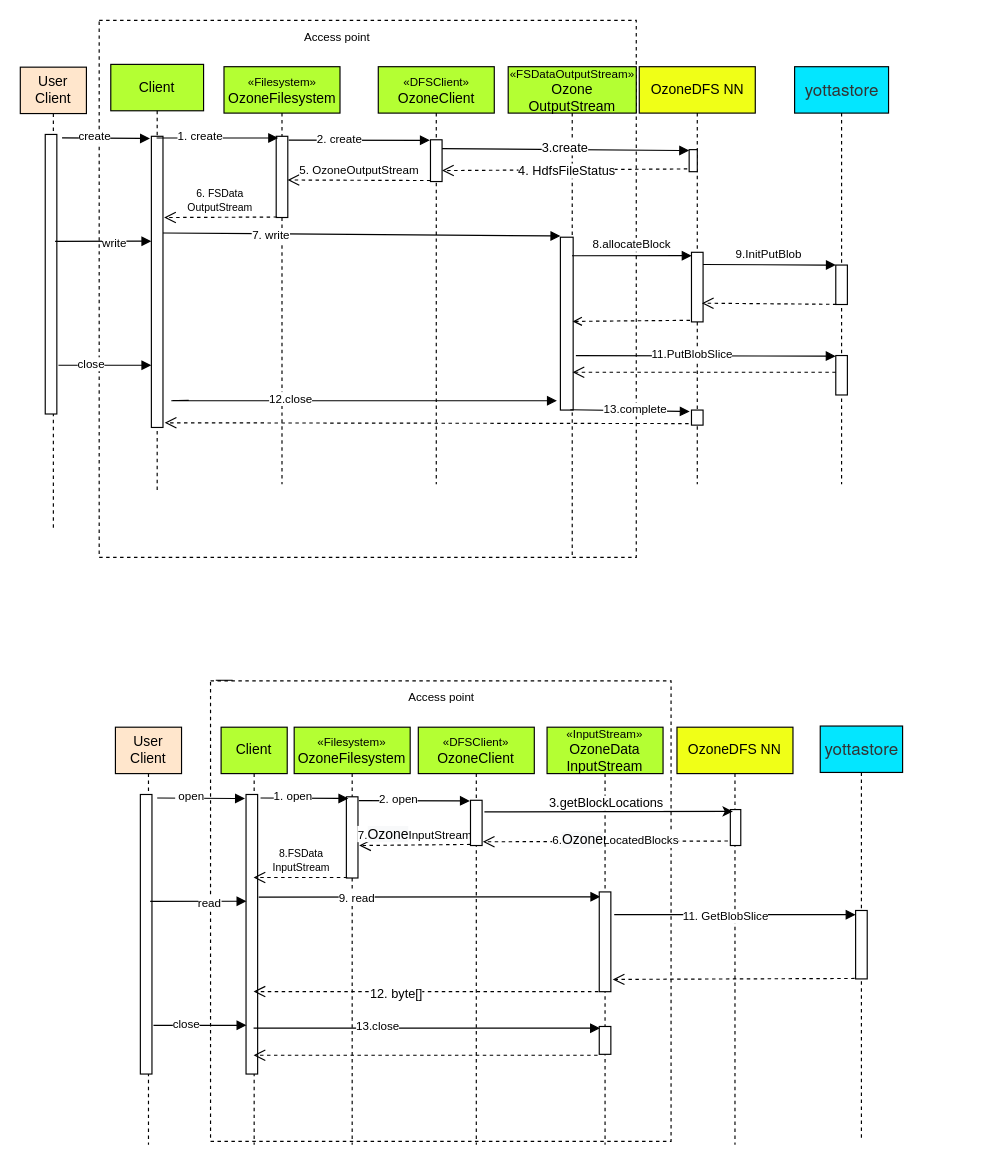
This is Untitled Diagram.drawio from captainzmc/draw, a draw.io file, before an edit. Source tidied: cells renumbered, new cells numbered last; positions are measured from the earlier drawing's top-left corner, leaving out a move shared by most shapes. Both pictures are drawn from the tidied source at 116%, with x=0, y=0 at pixel (20, 20).
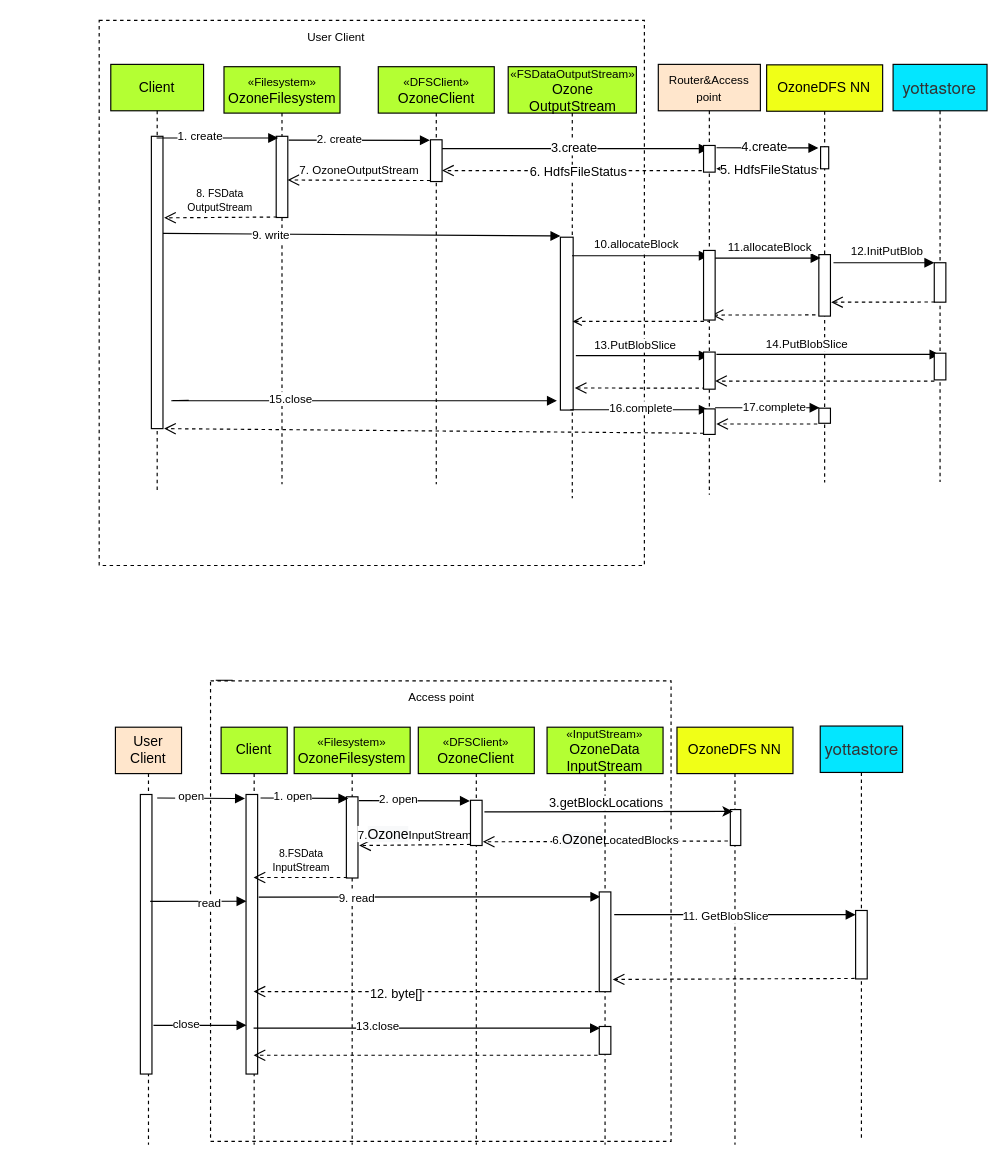
The same page after the edit.

Unchanged cells that the change refers to:
```xml
<mxCell id="4" style="html=1;points=[];perimeter=orthogonalPerimeter;" parent="3" vertex="1">
  <mxGeometry x="45" y="147" width="11" height="149" as="geometry" />
</mxCell>
<mxCell id="9" style="html=1;points=[];perimeter=orthogonalPerimeter;" parent="8" vertex="1">
  <mxGeometry x="45" y="63" width="10" height="36" as="geometry" />
</mxCell>
<mxCell id="10" value="Client" style="shape=umlLifeline;perimeter=lifelinePerimeter;whiteSpace=wrap;html=1;outlineConnect=0;fillColor=#B4FF33;" parent="1" vertex="1">
  <mxGeometry x="78" y="38" width="80" height="369" as="geometry" />
</mxCell>
<mxCell id="13" style="html=1;points=[];perimeter=orthogonalPerimeter;" parent="12" vertex="1">
  <mxGeometry x="45" y="60" width="10" height="70" as="geometry" />
</mxCell>
<mxCell id="17" style="html=1;points=[];perimeter=orthogonalPerimeter;" parent="14" vertex="1">
  <mxGeometry x="45" y="296" width="10" height="13" as="geometry" />
</mxCell>
<mxCell id="21" style="endArrow=block;startArrow=none;endFill=1;startFill=0;html=1;fontSize=10;entryX=-0.273;entryY=0.946;entryDx=0;entryDy=0;entryPerimeter=0;exitX=0.917;exitY=0.823;exitDx=0;exitDy=0;exitPerimeter=0;" parent="1" edge="1" target="4">
  <mxGeometry relative="1" as="geometry">
    <mxPoint x="145.2" y="327.7" as="sourcePoint" />
    <Array as="points">
      <mxPoint x="125.6" y="328" />
    </Array>
  </mxGeometry>
</mxCell>
<mxCell id="23" style="endArrow=block;startArrow=none;endFill=1;startFill=0;html=1;fontSize=10;entryX=0;entryY=-0.007;entryDx=0;entryDy=0;entryPerimeter=0;exitX=1.002;exitY=0.332;exitDx=0;exitDy=0;exitPerimeter=0;" parent="1" edge="1" source="11" target="4">
  <mxGeometry relative="1" as="geometry" />
</mxCell>
<mxCell id="28" style="html=1;points=[];perimeter=orthogonalPerimeter;" parent="27" vertex="1">
  <mxGeometry x="35.5" y="171" width="10" height="34" as="geometry" />
</mxCell>
```

The edit, as a diff of the source:
```diff
@@
     <mxCell id="2" style="whiteSpace=wrap;html=1;fontColor=#000000;dashed=1;" parent="1" vertex="1">
-      <mxGeometry x="68" width="463" height="463" as="geometry" />
+      <mxGeometry x="68" width="470" height="470" as="geometry" />
     </mxCell>
     <mxCell id="3" value="&lt;span style=&quot;font-size: 10px&quot;&gt;«FSDataOutputStream»&lt;br&gt;&lt;/span&gt;Ozone&lt;br&gt;OutputStream" style="shape=umlLifeline;perimeter=lifelinePerimeter;whiteSpace=wrap;html=1;fillColor=#B4FF33;" parent="1" vertex="1">
-      <mxGeometry x="420.6" y="40" width="110.4" height="423" as="geometry" />
+      <mxGeometry x="420.6" y="40" width="110.5" height="372" as="geometry" />
     </mxCell>
@@
-    <mxCell id="5" value="&lt;span style=&quot;color: rgb(0 , 0 , 0) ; font-family: &amp;#34;helvetica&amp;#34; ; font-size: 10px ; font-style: normal ; font-weight: 400 ; letter-spacing: normal ; text-align: center ; text-indent: 0px ; text-transform: none ; word-spacing: 0px ; background-color: rgb(255 , 255 , 255) ; display: inline ; float: none&quot;&gt;Access point&lt;/span&gt;" style="text;whiteSpace=wrap;html=1;fontColor=#000000;" parent="3" vertex="1">
+    <mxCell id="5" value="&lt;span style=&quot;color: rgb(0 , 0 , 0) ; font-family: &amp;#34;helvetica&amp;#34; ; font-size: 10px ; font-style: normal ; font-weight: 400 ; letter-spacing: normal ; text-align: center ; text-indent: 0px ; text-transform: none ; word-spacing: 0px ; background-color: rgb(255 , 255 , 255) ; display: inline ; float: none&quot;&gt;&amp;nbsp;User Client&lt;/span&gt;" style="text;whiteSpace=wrap;html=1;fontColor=#000000;" parent="3" vertex="1">
       <mxGeometry x="-177.6" y="-40" width="82" height="28" as="geometry" />
     </mxCell>
@@
     <mxCell id="11" style="html=1;points=[];perimeter=orthogonalPerimeter;" parent="10" vertex="1">
-      <mxGeometry x="35" y="62" width="10" height="251" as="geometry" />
+      <mxGeometry x="35" y="62" width="10" height="252" as="geometry" />
     </mxCell>
@@
     <mxCell id="14" value="OzoneDFS NN" style="shape=umlLifeline;perimeter=lifelinePerimeter;whiteSpace=wrap;html=1;fillColor=#F0FF17;" parent="1" vertex="1">
-      <mxGeometry x="533.6" y="40" width="100" height="360" as="geometry" />
+      <mxGeometry x="643.4" y="38.4" width="100" height="360" as="geometry" />
     </mxCell>
     <mxCell id="15" style="html=1;points=[];perimeter=orthogonalPerimeter;" parent="14" vertex="1">
-      <mxGeometry x="43" y="71.5" width="7" height="19" as="geometry" />
+      <mxGeometry x="46.5" y="70.6" width="7" height="19" as="geometry" />
     </mxCell>
     <mxCell id="16" style="html=1;points=[];perimeter=orthogonalPerimeter;" parent="14" vertex="1">
-      <mxGeometry x="45" y="160" width="10" height="60" as="geometry" />
+      <mxGeometry x="45" y="163.6" width="10" height="53" as="geometry" />
     </mxCell>
@@
+    <mxCell id="94" value="4.create" style="endArrow=block;endFill=1;html=1;align=left;verticalAlign=top;exitX=1.005;exitY=0.212;exitDx=0;exitDy=0;exitPerimeter=0;" parent="14" edge="1">
+      <mxGeometry x="0.02" y="29" relative="1" as="geometry">
+        <mxPoint x="-43.2" y="71.5" as="sourcePoint" />
+        <mxPoint x="44.6" y="71.6" as="targetPoint" />
+        <mxPoint x="-25" y="15" as="offset" />
+      </mxGeometry>
+    </mxCell>
+    <mxCell id="95" style="edgeStyle=none;rounded=0;orthogonalLoop=1;jettySize=auto;html=1;startArrow=none;startFill=0;endArrow=block;endFill=1;fontSize=10;exitX=0.909;exitY=0.107;exitDx=0;exitDy=0;exitPerimeter=0;" parent="14" edge="1">
+      <mxGeometry relative="1" as="geometry">
+        <mxPoint x="-44.5" y="166.6" as="sourcePoint" />
+        <mxPoint x="46.5" y="166.6" as="targetPoint" />
+      </mxGeometry>
+    </mxCell>
+    <mxCell id="96" value="11.allocateBlock" style="edgeLabel;html=1;align=center;verticalAlign=middle;fontSize=10;" parent="95" vertex="1">
+      <mxGeometry x="-0.35" y="-2" relative="1" as="geometry">
+        <mxPoint x="16.6" y="-12.2" as="offset" />
+      </mxGeometry>
+    </mxCell>
+    <mxCell id="97" style="html=1;verticalAlign=bottom;endArrow=open;dashed=1;endSize=8;fontSize=10;exitX=0.055;exitY=0.996;exitDx=0;exitDy=0;exitPerimeter=0;" parent="14" edge="1">
+      <mxGeometry x="0.04" y="1" relative="1" as="geometry">
+        <mxPoint x="42.1" y="215.6" as="sourcePoint" />
+        <mxPoint x="-47.4" y="215.7" as="targetPoint" />
+      </mxGeometry>
+    </mxCell>
+    <mxCell id="98" style="endArrow=block;startArrow=none;endFill=1;startFill=0;html=1;fontSize=10;exitX=1.212;exitY=0.685;exitDx=0;exitDy=0;exitPerimeter=0;" parent="14" edge="1" target="27">
+      <mxGeometry relative="1" as="geometry">
+        <mxPoint x="-43.3" y="249.6" as="sourcePoint" />
+      </mxGeometry>
+    </mxCell>
+    <mxCell id="99" value="14.PutBlobSlice" style="edgeLabel;html=1;align=center;verticalAlign=middle;fontSize=10;" parent="98" vertex="1">
+      <mxGeometry x="-0.31" y="2" relative="1" as="geometry">
+        <mxPoint x="11" y="-8" as="offset" />
+      </mxGeometry>
+    </mxCell>
+    <mxCell id="100" style="html=1;verticalAlign=bottom;endArrow=open;dashed=1;endSize=8;fontSize=10;entryX=1;entryY=0.781;entryDx=0;entryDy=0;entryPerimeter=0;" parent="14" edge="1" target="104">
+      <mxGeometry relative="1" as="geometry">
+        <mxPoint x="144.6" y="272.6" as="sourcePoint" />
+      </mxGeometry>
+    </mxCell>
+    <mxCell id="101" style="endArrow=block;startArrow=none;endFill=1;startFill=0;html=1;fontSize=10;" parent="14" edge="1">
+      <mxGeometry relative="1" as="geometry">
+        <mxPoint x="-44.4" y="295.6" as="sourcePoint" />
+        <mxPoint x="45.6" y="295.6" as="targetPoint" />
+      </mxGeometry>
+    </mxCell>
+    <mxCell id="102" value="17.complete" style="edgeLabel;html=1;align=center;verticalAlign=middle;fontSize=10;" parent="101" vertex="1">
+      <mxGeometry x="-0.29" y="2" relative="1" as="geometry">
+        <mxPoint x="18" as="offset" />
+      </mxGeometry>
+    </mxCell>
-    <mxCell id="18" value="3.create" style="endArrow=block;endFill=1;html=1;align=left;verticalAlign=top;exitX=1.005;exitY=0.212;exitDx=0;exitDy=0;exitPerimeter=0;entryX=0.005;entryY=0.041;entryDx=0;entryDy=0;entryPerimeter=0;" parent="1" edge="1" source="9" target="15">
+    <mxCell id="18" value="3.create" style="endArrow=block;endFill=1;html=1;align=left;verticalAlign=top;exitX=1.005;exitY=0.212;exitDx=0;exitDy=0;exitPerimeter=0;" parent="1" edge="1" source="9" target="88">
       <mxGeometry x="0.02" y="29" relative="1" as="geometry">
         <mxPoint x="-25" y="15" as="offset" />
       </mxGeometry>
     </mxCell>
-    <mxCell id="19" value="4. HdfsFileStatus" style="html=1;verticalAlign=bottom;endArrow=open;dashed=1;endSize=8;entryX=0.995;entryY=0.738;entryDx=0;entryDy=0;entryPerimeter=0;exitX=-0.233;exitY=0.875;exitDx=0;exitDy=0;exitPerimeter=0;" parent="1" edge="1" source="15" target="9">
+    <mxCell id="19" value="6. HdfsFileStatus" style="html=1;verticalAlign=bottom;endArrow=open;dashed=1;endSize=8;entryX=0.995;entryY=0.738;entryDx=0;entryDy=0;entryPerimeter=0;" parent="1" edge="1" source="88" target="9">
       <mxGeometry x="-0.02" y="10" relative="1" as="geometry" />
     </mxCell>
-    <mxCell id="20" value="&lt;font style=&quot;font-size: 9px&quot;&gt;6. FSData&lt;br&gt;OutputStream&lt;/font&gt;" style="html=1;verticalAlign=bottom;endArrow=open;dashed=1;endSize=8;fontSize=10;exitX=0.076;exitY=0.994;exitDx=0;exitDy=0;exitPerimeter=0;entryX=1.098;entryY=0.279;entryDx=0;entryDy=0;entryPerimeter=0;" parent="1" edge="1" source="13" target="11">
+    <mxCell id="20" value="&lt;font style=&quot;font-size: 9px&quot;&gt;8. FSData&lt;br&gt;OutputStream&lt;/font&gt;" style="html=1;verticalAlign=bottom;endArrow=open;dashed=1;endSize=8;fontSize=10;exitX=0.076;exitY=0.994;exitDx=0;exitDy=0;exitPerimeter=0;entryX=1.098;entryY=0.279;entryDx=0;entryDy=0;entryPerimeter=0;" parent="1" edge="1" source="13" target="11">
       <mxGeometry relative="1" as="geometry" />
     </mxCell>
@@
-    <mxCell id="22" value="12.close" style="edgeLabel;html=1;align=center;verticalAlign=middle;fontSize=10;" parent="21" vertex="1">
+    <mxCell id="22" value="15.close" style="edgeLabel;html=1;align=center;verticalAlign=middle;fontSize=10;" parent="21" vertex="1">
       <mxGeometry x="-0.29" y="2" relative="1" as="geometry" />
     </mxCell>
@@
-    <mxCell id="24" value="7. write" style="edgeLabel;html=1;align=center;verticalAlign=middle;fontSize=10;" parent="23" vertex="1">
+    <mxCell id="24" value="9. write" style="edgeLabel;html=1;align=center;verticalAlign=middle;fontSize=10;" parent="23" vertex="1">
       <mxGeometry x="-0.68" y="-1" relative="1" as="geometry">
         <mxPoint x="37.3" y="-0.2" as="offset" />
       </mxGeometry>
     </mxCell>
-    <mxCell id="25" style="edgeStyle=none;rounded=0;jettySize=auto;html=1;startArrow=none;startFill=0;endArrow=block;endFill=1;fontSize=10;entryX=0.018;entryY=0.048;entryDx=0;entryDy=0;entryPerimeter=0;exitX=0.909;exitY=0.107;exitDx=0;exitDy=0;exitPerimeter=0;" parent="1" edge="1" source="4" target="16">
+    <mxCell id="25" style="edgeStyle=none;rounded=0;jettySize=auto;html=1;startArrow=none;startFill=0;endArrow=block;endFill=1;fontSize=10;exitX=0.909;exitY=0.107;exitDx=0;exitDy=0;exitPerimeter=0;" parent="1" edge="1" source="4" target="88">
       <mxGeometry relative="1" as="geometry" />
     </mxCell>
-    <mxCell id="26" value="8.allocateBlock" style="edgeLabel;html=1;align=center;verticalAlign=middle;fontSize=10;" parent="25" vertex="1">
+    <mxCell id="26" value="10.allocateBlock" style="edgeLabel;html=1;align=center;verticalAlign=middle;fontSize=10;" parent="25" vertex="1">
       <mxGeometry x="-0.35" y="-2" relative="1" as="geometry">
         <mxPoint x="16.6" y="-12.2" as="offset" />
       </mxGeometry>
     </mxCell>
     <mxCell id="27" value="&lt;div&gt;&lt;div class=&quot;document&quot;&gt;&lt;p class=&quot;paragraph text-align-type-left pap-line-1.3 pap-line-rule-auto pap-spacing-before-3pt pap-spacing-after-3pt pap-hanging-indent-1.6em&quot; style=&quot;text-align: left ; line-height: 1.3 ; margin-top: 4px ; margin-bottom: 4px&quot;&gt;&lt;span style=&quot;font-size: 11pt ; font-family: &amp;#34;helvetica neue&amp;#34; , &amp;#34;helvetica&amp;#34; , &amp;#34;pingfang sc&amp;#34; , &amp;#34;microsoft yahei&amp;#34; , &amp;#34;source han sans sc&amp;#34; , &amp;#34;noto sans cjk sc&amp;#34; , &amp;#34;wenquanyi micro hei&amp;#34; , sans-serif ; color: rgb(51 , 51 , 51) ; background: transparent ; letter-spacing: 0pt ; vertical-align: baseline&quot;&gt;yottastore&lt;/span&gt;&lt;/p&gt;&lt;/div&gt;&lt;/div&gt;" style="shape=umlLifeline;perimeter=lifelinePerimeter;whiteSpace=wrap;html=1;outlineConnect=0;fillColor=#03E6FF;" parent="1" vertex="1">
-      <mxGeometry x="667.5" y="40" width="81" height="360" as="geometry" />
+      <mxGeometry x="752.4" y="38" width="81" height="360" as="geometry" />
     </mxCell>
@@
     <mxCell id="29" style="html=1;points=[];perimeter=orthogonalPerimeter;" parent="27" vertex="1">
-      <mxGeometry x="35.5" y="249" width="10" height="34" as="geometry" />
+      <mxGeometry x="35.5" y="249" width="10" height="23" as="geometry" />
     </mxCell>
-    <mxCell id="30" style="edgeStyle=none;rounded=0;jettySize=auto;html=1;startArrow=none;startFill=0;endArrow=block;endFill=1;fontSize=10;entryX=0.007;entryY=0.001;entryDx=0;entryDy=0;entryPerimeter=0;exitX=0.991;exitY=0.175;exitDx=0;exitDy=0;exitPerimeter=0;" parent="1" edge="1" source="16" target="28">
-      <mxGeometry relative="1" as="geometry" />
+    <mxCell id="30" style="edgeStyle=none;rounded=0;jettySize=auto;html=1;startArrow=none;startFill=0;endArrow=block;endFill=1;fontSize=10;entryX=0.007;entryY=0.001;entryDx=0;entryDy=0;entryPerimeter=0;" parent="1" edge="1" target="28">
+      <mxGeometry relative="1" as="geometry">
+        <mxPoint x="701" y="209" as="sourcePoint" />
+      </mxGeometry>
     </mxCell>
-    <mxCell id="31" value="9.InitPutBlob" style="edgeLabel;html=1;align=center;verticalAlign=middle;fontSize=10;" parent="30" vertex="1">
+    <mxCell id="31" value="12.InitPutBlob" style="edgeLabel;html=1;align=center;verticalAlign=middle;fontSize=10;" parent="30" vertex="1">
       <mxGeometry x="-0.2" y="2" relative="1" as="geometry">
         <mxPoint x="10.3" y="-8.3" as="offset" />
       </mxGeometry>
     </mxCell>
-    <mxCell id="32" style="html=1;verticalAlign=bottom;endArrow=open;dashed=1;endSize=8;fontSize=10;exitX=0.055;exitY=0.996;exitDx=0;exitDy=0;exitPerimeter=0;entryX=0.896;entryY=0.731;entryDx=0;entryDy=0;entryPerimeter=0;" parent="1" edge="1" source="28" target="16">
-      <mxGeometry x="0.04" y="1" relative="1" as="geometry" />
+    <mxCell id="32" style="html=1;verticalAlign=bottom;endArrow=open;dashed=1;endSize=8;fontSize=10;exitX=0.055;exitY=0.996;exitDx=0;exitDy=0;exitPerimeter=0;" parent="1" edge="1" source="28">
+      <mxGeometry x="0.04" y="1" relative="1" as="geometry">
+        <mxPoint x="699" y="243" as="targetPoint" />
+      </mxGeometry>
     </mxCell>
-    <mxCell id="33" style="html=1;verticalAlign=bottom;endArrow=open;dashed=1;endSize=8;fontSize=10;entryX=0.952;entryY=0.781;entryDx=0;entryDy=0;entryPerimeter=0;" parent="1" edge="1" source="29" target="4">
-      <mxGeometry relative="1" as="geometry" />
+    <mxCell id="33" style="html=1;verticalAlign=bottom;endArrow=open;dashed=1;endSize=8;fontSize=10;exitX=0.2;exitY=0.971;exitDx=0;exitDy=0;exitPerimeter=0;" parent="1" edge="1" source="104">
+      <mxGeometry relative="1" as="geometry">
+        <mxPoint x="478" y="317" as="targetPoint" />
+      </mxGeometry>
     </mxCell>
-    <mxCell id="34" style="html=1;verticalAlign=bottom;endArrow=none;dashed=1;endSize=8;fontSize=10;startArrow=open;startFill=0;endFill=0;exitX=0.952;exitY=0.487;exitDx=0;exitDy=0;exitPerimeter=0;entryX=-0.056;entryY=0.977;entryDx=0;entryDy=0;entryPerimeter=0;" parent="1" edge="1" source="4" target="16">
+    <mxCell id="34" style="html=1;verticalAlign=bottom;endArrow=none;dashed=1;endSize=8;fontSize=10;startArrow=open;startFill=0;endFill=0;exitX=0.952;exitY=0.487;exitDx=0;exitDy=0;exitPerimeter=0;" parent="1" edge="1" source="4" target="88">
       <mxGeometry relative="1" as="geometry" />
     </mxCell>
-    <mxCell id="35" style="endArrow=block;startArrow=none;endFill=1;startFill=0;html=1;fontSize=10;exitX=1.212;exitY=0.685;exitDx=0;exitDy=0;exitPerimeter=0;entryX=-0.007;entryY=0.015;entryDx=0;entryDy=0;entryPerimeter=0;" parent="1" edge="1" source="4" target="29">
+    <mxCell id="35" style="endArrow=block;startArrow=none;endFill=1;startFill=0;html=1;fontSize=10;exitX=1.212;exitY=0.685;exitDx=0;exitDy=0;exitPerimeter=0;" parent="1" edge="1" source="4" target="88">
       <mxGeometry relative="1" as="geometry" />
     </mxCell>
-    <mxCell id="36" value="11.PutBlobSlice" style="edgeLabel;html=1;align=center;verticalAlign=middle;fontSize=10;" parent="35" vertex="1">
+    <mxCell id="36" value="13.PutBlobSlice" style="edgeLabel;html=1;align=center;verticalAlign=middle;fontSize=10;" parent="35" vertex="1">
       <mxGeometry x="-0.31" y="2" relative="1" as="geometry">
-        <mxPoint x="22.9" as="offset" />
+        <mxPoint x="11" y="-8" as="offset" />
       </mxGeometry>
     </mxCell>
-    <mxCell id="37" style="endArrow=block;startArrow=none;endFill=1;startFill=0;html=1;fontSize=10;entryX=-0.152;entryY=0.097;entryDx=0;entryDy=0;entryPerimeter=0;exitX=0.779;exitY=0.998;exitDx=0;exitDy=0;exitPerimeter=0;" parent="1" edge="1" source="4" target="17">
+    <mxCell id="37" style="endArrow=block;startArrow=none;endFill=1;startFill=0;html=1;fontSize=10;exitX=0.779;exitY=0.998;exitDx=0;exitDy=0;exitPerimeter=0;" parent="1" edge="1" source="4" target="88">
       <mxGeometry relative="1" as="geometry" />
     </mxCell>
-    <mxCell id="38" value="13.complete" style="edgeLabel;html=1;align=center;verticalAlign=middle;fontSize=10;" parent="37" vertex="1">
+    <mxCell id="38" value="16.complete" style="edgeLabel;html=1;align=center;verticalAlign=middle;fontSize=10;" parent="37" vertex="1">
       <mxGeometry x="-0.29" y="2" relative="1" as="geometry">
         <mxPoint x="18" as="offset" />
       </mxGeometry>
     </mxCell>
-    <mxCell id="39" value="&lt;font size=&quot;1&quot;&gt;5. OzoneOutputStream&lt;/font&gt;" style="html=1;verticalAlign=bottom;endArrow=open;dashed=1;endSize=8;fontSize=10;exitX=-0.005;exitY=0.976;exitDx=0;exitDy=0;exitPerimeter=0;entryX=0.981;entryY=0.538;entryDx=0;entryDy=0;entryPerimeter=0;" parent="1" edge="1" source="9" target="13">
+    <mxCell id="39" value="&lt;font size=&quot;1&quot;&gt;7. OzoneOutputStream&lt;/font&gt;" style="html=1;verticalAlign=bottom;endArrow=open;dashed=1;endSize=8;fontSize=10;exitX=-0.005;exitY=0.976;exitDx=0;exitDy=0;exitPerimeter=0;entryX=0.981;entryY=0.538;entryDx=0;entryDy=0;entryPerimeter=0;" parent="1" edge="1" source="9" target="13">
       <mxGeometry relative="1" as="geometry" />
     </mxCell>
@@
-    <mxCell id="44" style="html=1;verticalAlign=bottom;endArrow=open;dashed=1;endSize=8;fontSize=10;exitX=-0.247;exitY=0.897;exitDx=0;exitDy=0;exitPerimeter=0;entryX=1.15;entryY=0.984;entryDx=0;entryDy=0;entryPerimeter=0;" parent="1" edge="1" source="17" target="11">
+    <mxCell id="44" style="html=1;verticalAlign=bottom;endArrow=open;dashed=1;endSize=8;fontSize=10;entryX=1.095;entryY=1;entryDx=0;entryDy=0;entryPerimeter=0;exitX=0;exitY=0.955;exitDx=0;exitDy=0;exitPerimeter=0;" parent="1" edge="1" source="105" target="11">
       <mxGeometry relative="1" as="geometry" />
     </mxCell>
@@
-    <mxCell id="86" style="endArrow=block;startArrow=none;endFill=1;startFill=0;html=1;fontSize=10;" parent="1" edge="1">
-      <mxGeometry relative="1" as="geometry">
-        <mxPoint x="32.9" y="297.4" as="sourcePoint" />
-        <mxPoint x="113" y="297.4" as="targetPoint" />
-      </mxGeometry>
-    </mxCell>
-    <mxCell id="87" value="close" style="edgeLabel;html=1;align=center;verticalAlign=middle;fontSize=10;" parent="86" vertex="1">
-      <mxGeometry x="-0.29" y="2" relative="1" as="geometry" />
-    </mxCell>
-    <mxCell id="88" value="User Client" style="shape=umlLifeline;perimeter=lifelinePerimeter;whiteSpace=wrap;html=1;outlineConnect=0;fillColor=#FFE6CC;" parent="1" vertex="1">
-      <mxGeometry y="40.4" width="57" height="399.6" as="geometry" />
+    <mxCell id="88" value="&lt;span style=&quot;font-family: &amp;#34;helvetica&amp;#34; ; font-size: 10px ; background-color: rgb(255 , 230 , 204)&quot;&gt;Router&amp;amp;Access point&lt;/span&gt;" style="shape=umlLifeline;perimeter=lifelinePerimeter;whiteSpace=wrap;html=1;outlineConnect=0;fillColor=#FFE6CC;" parent="1" vertex="1">
+      <mxGeometry x="550" y="38" width="88" height="371" as="geometry" />
     </mxCell>
     <mxCell id="89" style="html=1;perimeter=orthogonalPerimeter;" parent="88" vertex="1">
-      <mxGeometry x="21.5" y="58" width="10" height="241" as="geometry" />
+      <mxGeometry x="39" y="69.9" width="10" height="23" as="geometry" />
     </mxCell>
-    <mxCell id="90" style="endArrow=block;startArrow=none;endFill=1;startFill=0;html=1;fontSize=10;entryX=0.171;entryY=0.021;entryDx=0;entryDy=0;entryPerimeter=0;" parent="1" edge="1">
-      <mxGeometry relative="1" as="geometry">
-        <mxPoint x="36" y="101.4" as="sourcePoint" />
-        <mxPoint x="111.8" y="101.9" as="targetPoint" />
-      </mxGeometry>
-    </mxCell>
-    <mxCell id="91" value="create" style="edgeLabel;html=1;align=center;verticalAlign=middle;fontSize=10;" parent="90" vertex="1">
-      <mxGeometry x="-0.29" y="2" relative="1" as="geometry" />
-    </mxCell>
-    <mxCell id="92" style="endArrow=block;startArrow=none;endFill=1;startFill=0;html=1;fontSize=10;exitX=1.095;exitY=0.367;exitDx=0;exitDy=0;exitPerimeter=0;" parent="1" edge="1">
-      <mxGeometry relative="1" as="geometry">
-        <mxPoint x="30" y="190.6" as="sourcePoint" />
-        <mxPoint x="113" y="190.4" as="targetPoint" />
-      </mxGeometry>
-    </mxCell>
-    <mxCell id="93" value="write" style="edgeLabel;html=1;align=center;verticalAlign=middle;fontSize=10;" parent="92" vertex="1">
-      <mxGeometry x="-0.68" y="-1" relative="1" as="geometry">
-        <mxPoint x="37.3" y="-0.2" as="offset" />
-      </mxGeometry>
-    </mxCell>
+    <mxCell id="103" style="html=1;perimeter=orthogonalPerimeter;" parent="88" vertex="1">
+      <mxGeometry x="39" y="160.4" width="10" height="60" as="geometry" />
+    </mxCell>
+    <mxCell id="104" style="html=1;points=[];perimeter=orthogonalPerimeter;" parent="88" vertex="1">
+      <mxGeometry x="39" y="248" width="10" height="32" as="geometry" />
+    </mxCell>
+    <mxCell id="105" style="html=1;points=[];perimeter=orthogonalPerimeter;" parent="88" vertex="1">
+      <mxGeometry x="39" y="297" width="10" height="22" as="geometry" />
+    </mxCell>
+    <mxCell id="106" value="5. HdfsFileStatus" style="html=1;verticalAlign=bottom;endArrow=open;dashed=1;endSize=8;entryX=0.995;entryY=0.738;entryDx=0;entryDy=0;entryPerimeter=0;" parent="1" edge="1">
+      <mxGeometry x="-0.02" y="10" relative="1" as="geometry">
+        <mxPoint x="688" y="128" as="sourcePoint" />
+        <mxPoint x="600" y="128" as="targetPoint" />
+      </mxGeometry>
+    </mxCell>
+    <mxCell id="107" style="html=1;verticalAlign=bottom;endArrow=open;dashed=1;endSize=8;fontSize=10;exitX=-0.135;exitY=1.046;exitDx=0;exitDy=0;exitPerimeter=0;" parent="1" edge="1" source="17">
+      <mxGeometry relative="1" as="geometry">
+        <mxPoint x="600" y="348" as="targetPoint" />
+      </mxGeometry>
+    </mxCell>
```
